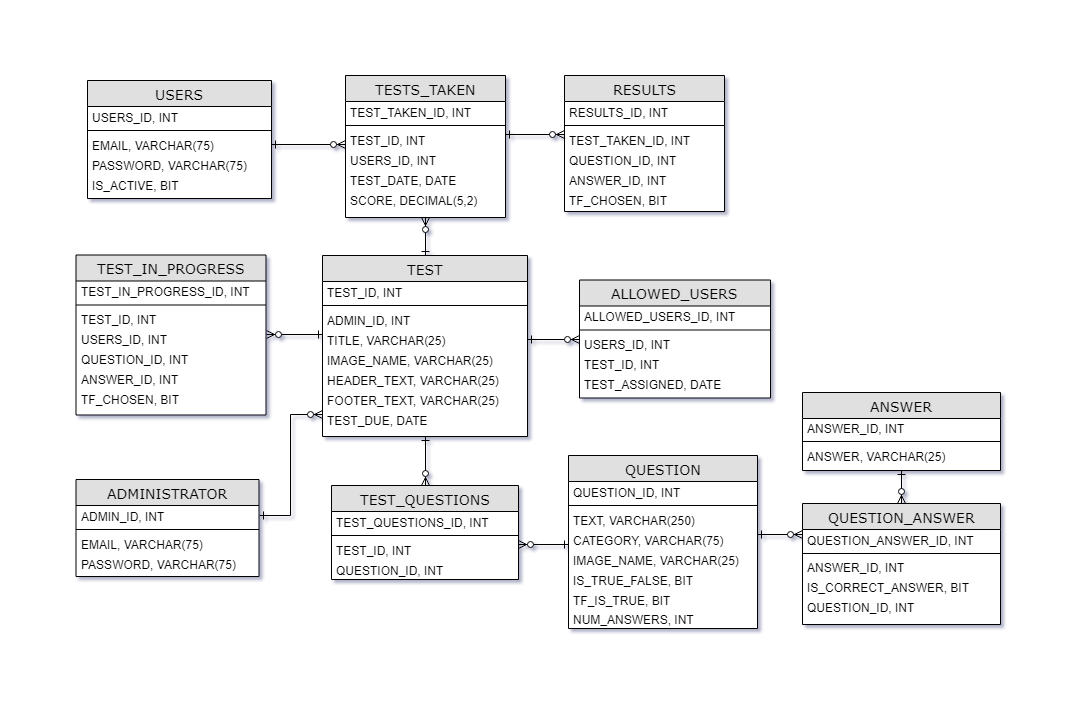
Before: project-logistics/er-diagram.png, a diagram exported from draw.io (lprescott/QuizServe). Source tidied: cells renumbered, new cells last; positions are measured from the earlier drawing's top-left corner, leaving out a move shared by most shapes.
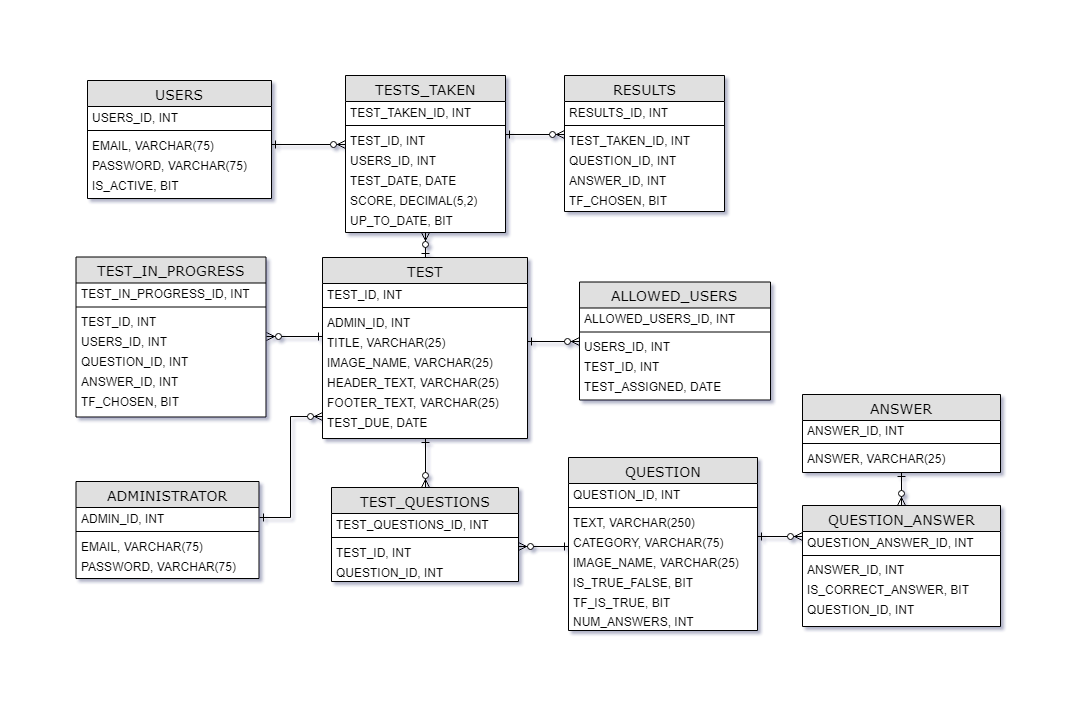
The same diagram one commit later.

Commit message:
Updated SQL Diagrams and Model

The edit, as a diff of the source:
```diff
@@ -3,7 +3,7 @@
     <mxCell id="0" />
     <mxCell id="1" parent="0" />
     <mxCell id="2" value="USERS" style="swimlane;html=1;fontStyle=0;horizontal=1;startSize=26;fillColor=#e0e0e0;swimlaneFillColor=#ffffff;align=center;rounded=0;shadow=0;comic=0;labelBackgroundColor=none;strokeColor=#000000;strokeWidth=1;fontFamily=Verdana;fontSize=14;fontColor=#000000;spacingTop=0;spacingLeft=0;" parent="1" vertex="1">
-      <mxGeometry x="12" y="5" width="184" height="118" as="geometry" />
+      <mxGeometry x="12" y="3" width="184" height="118" as="geometry" />
     </mxCell>
     <mxCell id="3" value="USERS_ID, INT" style="text;html=1;strokeColor=none;fillColor=none;align=left;verticalAlign=middle;whiteSpace=wrap;rounded=0;spacingLeft=0;spacingTop=0;spacing=5;" parent="2" vertex="1">
       <mxGeometry y="26" width="184" height="20" as="geometry" />
@@ -144,7 +144,7 @@
       <mxGeometry relative="1" as="geometry" />
     </mxCell>
     <mxCell id="49" value="TESTS_TAKEN&lt;br&gt;" style="swimlane;html=1;fontStyle=0;horizontal=1;startSize=26;fillColor=#e0e0e0;swimlaneFillColor=#ffffff;align=center;rounded=0;shadow=0;comic=0;labelBackgroundColor=none;strokeColor=#000000;strokeWidth=1;fontFamily=Verdana;fontSize=14;fontColor=#000000;spacingTop=0;spacingLeft=0;" parent="1" vertex="1">
-      <mxGeometry x="270" width="160" height="142" as="geometry" />
+      <mxGeometry x="270" y="-2" width="160" height="157" as="geometry" />
     </mxCell>
     <mxCell id="50" value="TEST_TAKEN_ID, INT" style="text;html=1;strokeColor=none;fillColor=none;align=left;verticalAlign=middle;whiteSpace=wrap;rounded=0;spacingLeft=0;spacingTop=0;spacing=5;" parent="49" vertex="1">
       <mxGeometry y="26" width="160" height="20" as="geometry" />
@@ -164,6 +164,9 @@
     <mxCell id="55" value="SCORE,&amp;nbsp;&lt;span&gt;DECIMAL&lt;/span&gt;&lt;span&gt;(&lt;/span&gt;&lt;span&gt;5&lt;/span&gt;&lt;span&gt;,&lt;/span&gt;&lt;span&gt;2&lt;/span&gt;&lt;span&gt;)&lt;/span&gt;" style="text;html=1;strokeColor=none;fillColor=none;align=left;verticalAlign=middle;whiteSpace=wrap;rounded=0;spacingLeft=0;spacingTop=0;spacing=5;" parent="49" vertex="1">
       <mxGeometry y="114" width="160" height="20" as="geometry" />
     </mxCell>
+    <mxCell id="84" value="UP_TO_DATE, BIT&lt;br&gt;" style="text;html=1;strokeColor=none;fillColor=none;align=left;verticalAlign=middle;whiteSpace=wrap;rounded=0;spacingLeft=0;spacingTop=0;spacing=5;" parent="49" vertex="1">
+      <mxGeometry y="134" width="160" height="20" as="geometry" />
+    </mxCell>
     <mxCell id="56" style="edgeStyle=orthogonalEdgeStyle;rounded=0;jettySize=auto;html=1;exitX=1;exitY=0.5;exitDx=0;exitDy=0;entryX=0;entryY=0.75;entryDx=0;entryDy=0;endArrow=ERzeroToMany;endFill=1;startArrow=ERone;startFill=0;" parent="1" edge="1" source="5" target="52">
       <mxGeometry relative="1" as="geometry" />
     </mxCell>
@@ -198,7 +201,7 @@
       <mxGeometry relative="1" as="geometry" />
     </mxCell>
     <mxCell id="67" value="RESULTS" style="swimlane;html=1;fontStyle=0;horizontal=1;startSize=26;fillColor=#e0e0e0;swimlaneFillColor=#ffffff;align=center;rounded=0;shadow=0;comic=0;labelBackgroundColor=none;strokeColor=#000000;strokeWidth=1;fontFamily=Verdana;fontSize=14;fontColor=#000000;spacingTop=0;spacingLeft=0;" parent="1" vertex="1">
-      <mxGeometry x="489" width="160" height="136" as="geometry" />
+      <mxGeometry x="489" y="-2" width="160" height="136" as="geometry" />
     </mxCell>
     <mxCell id="68" value="RESULTS_ID, INT" style="text;html=1;strokeColor=none;fillColor=none;align=left;verticalAlign=middle;whiteSpace=wrap;rounded=0;spacingLeft=0;spacingTop=0;spacing=5;" parent="67" vertex="1">
       <mxGeometry y="26" width="160" height="20" as="geometry" />
```
